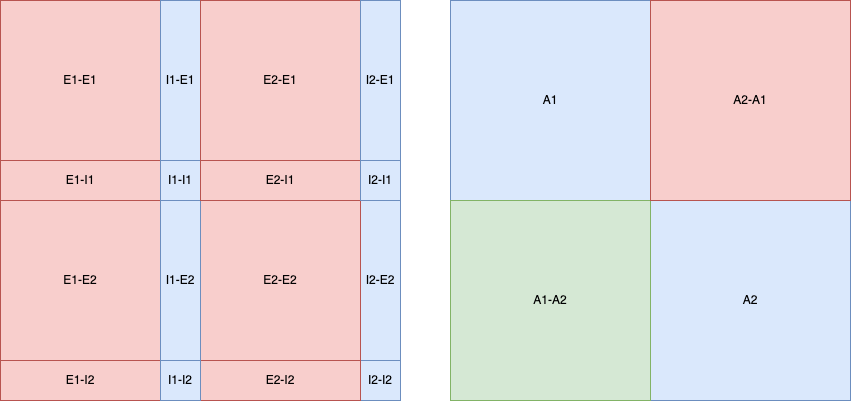
Before: img/Multi_Area_EI.png, a diagram exported from draw.io (NN4Neurosim/nn4n). Source tidied: cells renumbered, new cells last; positions are measured from the earlier drawing's top-left corner, leaving out a move shared by most shapes. Source of this version:
```xml
<mxGraphModel>
  <root>
    <mxCell id="0" />
    <mxCell id="1" parent="0" />
    <mxCell id="2" style="whiteSpace=wrap;html=1;" parent="1" vertex="1">
      <mxGeometry width="400" height="400" as="geometry" />
    </mxCell>
    <mxCell id="3" value="E1-E1" style="whiteSpace=wrap;html=1;fillColor=#f8cecc;strokeColor=#b85450;" parent="1" vertex="1">
      <mxGeometry width="160" height="160" as="geometry" />
    </mxCell>
    <mxCell id="4" value="I2-E2" style="whiteSpace=wrap;html=1;fillColor=#dae8fc;strokeColor=#6c8ebf;" parent="1" vertex="1">
      <mxGeometry x="360" y="200" width="40" height="160" as="geometry" />
    </mxCell>
    <mxCell id="5" value="I1-E1" style="whiteSpace=wrap;html=1;fillColor=#dae8fc;strokeColor=#6c8ebf;" parent="1" vertex="1">
      <mxGeometry x="160" width="40" height="160" as="geometry" />
    </mxCell>
    <mxCell id="6" value="E2-E2" style="whiteSpace=wrap;html=1;fillColor=#f8cecc;strokeColor=#b85450;" parent="1" vertex="1">
      <mxGeometry x="200" y="200" width="160" height="160" as="geometry" />
    </mxCell>
    <mxCell id="7" value="E1-I1" style="whiteSpace=wrap;html=1;fillColor=#f8cecc;strokeColor=#b85450;" parent="1" vertex="1">
      <mxGeometry y="160" width="160" height="40" as="geometry" />
    </mxCell>
    <mxCell id="8" value="I2-I2" style="whiteSpace=wrap;html=1;fillColor=#dae8fc;strokeColor=#6c8ebf;" parent="1" vertex="1">
      <mxGeometry x="360" y="360" width="40" height="40" as="geometry" />
    </mxCell>
    <mxCell id="9" value="E2-I2" style="whiteSpace=wrap;html=1;fillColor=#f8cecc;strokeColor=#b85450;" parent="1" vertex="1">
      <mxGeometry x="200" y="360" width="160" height="40" as="geometry" />
    </mxCell>
    <mxCell id="10" value="I1-I1" style="whiteSpace=wrap;html=1;fillColor=#dae8fc;strokeColor=#6c8ebf;" parent="1" vertex="1">
      <mxGeometry x="160" y="160" width="40" height="40" as="geometry" />
    </mxCell>
    <mxCell id="11" value="E1-E2" style="whiteSpace=wrap;html=1;fillColor=#f8cecc;strokeColor=#b85450;" parent="1" vertex="1">
      <mxGeometry y="200" width="160" height="160" as="geometry" />
    </mxCell>
    <mxCell id="12" value="I1-E2" style="whiteSpace=wrap;html=1;fillColor=#dae8fc;strokeColor=#6c8ebf;" parent="1" vertex="1">
      <mxGeometry x="160" y="200" width="40" height="160" as="geometry" />
    </mxCell>
    <mxCell id="13" value="E1-I2" style="whiteSpace=wrap;html=1;fillColor=#f8cecc;strokeColor=#b85450;" parent="1" vertex="1">
      <mxGeometry y="360" width="160" height="40" as="geometry" />
    </mxCell>
    <mxCell id="14" value="I1-I2" style="whiteSpace=wrap;html=1;fillColor=#dae8fc;strokeColor=#6c8ebf;" parent="1" vertex="1">
      <mxGeometry x="160" y="360" width="40" height="40" as="geometry" />
    </mxCell>
    <mxCell id="15" value="E2-E1" style="whiteSpace=wrap;html=1;fillColor=#f8cecc;strokeColor=#b85450;" parent="1" vertex="1">
      <mxGeometry x="200" width="160" height="160" as="geometry" />
    </mxCell>
    <mxCell id="16" value="I2-E1" style="whiteSpace=wrap;html=1;fillColor=#dae8fc;strokeColor=#6c8ebf;" parent="1" vertex="1">
      <mxGeometry x="360" width="40" height="160" as="geometry" />
    </mxCell>
    <mxCell id="17" value="E2-I1" style="whiteSpace=wrap;html=1;fillColor=#f8cecc;strokeColor=#b85450;" parent="1" vertex="1">
      <mxGeometry x="200" y="160" width="160" height="40" as="geometry" />
    </mxCell>
    <mxCell id="18" value="I2-I1" style="whiteSpace=wrap;html=1;fillColor=#dae8fc;strokeColor=#6c8ebf;" parent="1" vertex="1">
      <mxGeometry x="360" y="160" width="40" height="40" as="geometry" />
    </mxCell>
    <mxCell id="19" style="whiteSpace=wrap;html=1;" parent="1" vertex="1">
      <mxGeometry x="450" width="400" height="400" as="geometry" />
    </mxCell>
    <mxCell id="20" value="A1" style="whiteSpace=wrap;html=1;fillColor=#dae8fc;strokeColor=#6c8ebf;" parent="1" vertex="1">
      <mxGeometry x="450" width="200" height="200" as="geometry" />
    </mxCell>
    <mxCell id="21" value="A2" style="whiteSpace=wrap;html=1;fillColor=#dae8fc;strokeColor=#6c8ebf;" parent="1" vertex="1">
      <mxGeometry x="650" y="200" width="200" height="200" as="geometry" />
    </mxCell>
    <mxCell id="22" value="A1-A2" style="whiteSpace=wrap;html=1;fillColor=#d5e8d4;strokeColor=#82b366;" parent="1" vertex="1">
      <mxGeometry x="450" y="200" width="200" height="200" as="geometry" />
    </mxCell>
    <mxCell id="23" value="A2-A1" style="whiteSpace=wrap;html=1;fillColor=#f8cecc;strokeColor=#b85450;" parent="1" vertex="1">
      <mxGeometry x="650" width="200" height="200" as="geometry" />
    </mxCell>
  </root>
</mxGraphModel>
```
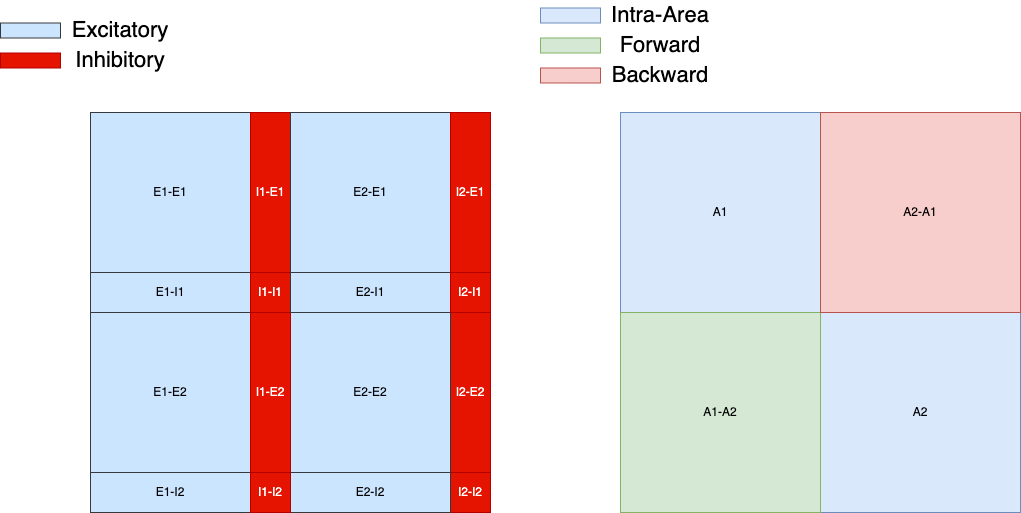
After the change.

Change to the diagram source:
```diff
@@ -5,68 +5,98 @@
     <mxCell id="2" style="whiteSpace=wrap;html=1;" parent="1" vertex="1">
       <mxGeometry width="400" height="400" as="geometry" />
     </mxCell>
-    <mxCell id="3" value="E1-E1" style="whiteSpace=wrap;html=1;fillColor=#f8cecc;strokeColor=#b85450;" parent="1" vertex="1">
+    <mxCell id="3" value="E1-E1" style="whiteSpace=wrap;html=1;fillColor=#cce5ff;strokeColor=#36393d;" parent="1" vertex="1">
       <mxGeometry width="160" height="160" as="geometry" />
     </mxCell>
-    <mxCell id="4" value="I2-E2" style="whiteSpace=wrap;html=1;fillColor=#dae8fc;strokeColor=#6c8ebf;" parent="1" vertex="1">
+    <mxCell id="4" value="I2-E2" style="whiteSpace=wrap;html=1;fillColor=#e51400;strokeColor=#B20000;fontColor=#ffffff;" parent="1" vertex="1">
       <mxGeometry x="360" y="200" width="40" height="160" as="geometry" />
     </mxCell>
-    <mxCell id="5" value="I1-E1" style="whiteSpace=wrap;html=1;fillColor=#dae8fc;strokeColor=#6c8ebf;" parent="1" vertex="1">
+    <mxCell id="5" value="I1-E1" style="whiteSpace=wrap;html=1;fillColor=#e51400;strokeColor=#B20000;fontColor=#ffffff;" parent="1" vertex="1">
       <mxGeometry x="160" width="40" height="160" as="geometry" />
     </mxCell>
-    <mxCell id="6" value="E2-E2" style="whiteSpace=wrap;html=1;fillColor=#f8cecc;strokeColor=#b85450;" parent="1" vertex="1">
+    <mxCell id="6" value="E2-E2" style="whiteSpace=wrap;html=1;fillColor=#cce5ff;strokeColor=#36393d;" parent="1" vertex="1">
       <mxGeometry x="200" y="200" width="160" height="160" as="geometry" />
     </mxCell>
-    <mxCell id="7" value="E1-I1" style="whiteSpace=wrap;html=1;fillColor=#f8cecc;strokeColor=#b85450;" parent="1" vertex="1">
+    <mxCell id="7" value="E1-I1" style="whiteSpace=wrap;html=1;fillColor=#cce5ff;strokeColor=#36393d;" parent="1" vertex="1">
       <mxGeometry y="160" width="160" height="40" as="geometry" />
     </mxCell>
-    <mxCell id="8" value="I2-I2" style="whiteSpace=wrap;html=1;fillColor=#dae8fc;strokeColor=#6c8ebf;" parent="1" vertex="1">
+    <mxCell id="8" value="I2-I2" style="whiteSpace=wrap;html=1;fillColor=#e51400;strokeColor=#B20000;fontColor=#ffffff;" parent="1" vertex="1">
       <mxGeometry x="360" y="360" width="40" height="40" as="geometry" />
     </mxCell>
-    <mxCell id="9" value="E2-I2" style="whiteSpace=wrap;html=1;fillColor=#f8cecc;strokeColor=#b85450;" parent="1" vertex="1">
+    <mxCell id="9" value="E2-I2" style="whiteSpace=wrap;html=1;fillColor=#cce5ff;strokeColor=#36393d;" parent="1" vertex="1">
       <mxGeometry x="200" y="360" width="160" height="40" as="geometry" />
     </mxCell>
-    <mxCell id="10" value="I1-I1" style="whiteSpace=wrap;html=1;fillColor=#dae8fc;strokeColor=#6c8ebf;" parent="1" vertex="1">
+    <mxCell id="10" value="I1-I1" style="whiteSpace=wrap;html=1;fillColor=#e51400;strokeColor=#B20000;fontColor=#ffffff;" parent="1" vertex="1">
       <mxGeometry x="160" y="160" width="40" height="40" as="geometry" />
     </mxCell>
-    <mxCell id="11" value="E1-E2" style="whiteSpace=wrap;html=1;fillColor=#f8cecc;strokeColor=#b85450;" parent="1" vertex="1">
+    <mxCell id="11" value="E1-E2" style="whiteSpace=wrap;html=1;fillColor=#cce5ff;strokeColor=#36393d;" parent="1" vertex="1">
       <mxGeometry y="200" width="160" height="160" as="geometry" />
     </mxCell>
-    <mxCell id="12" value="I1-E2" style="whiteSpace=wrap;html=1;fillColor=#dae8fc;strokeColor=#6c8ebf;" parent="1" vertex="1">
+    <mxCell id="12" value="I1-E2" style="whiteSpace=wrap;html=1;fillColor=#e51400;strokeColor=#B20000;fontColor=#ffffff;" parent="1" vertex="1">
       <mxGeometry x="160" y="200" width="40" height="160" as="geometry" />
     </mxCell>
-    <mxCell id="13" value="E1-I2" style="whiteSpace=wrap;html=1;fillColor=#f8cecc;strokeColor=#b85450;" parent="1" vertex="1">
+    <mxCell id="13" value="E1-I2" style="whiteSpace=wrap;html=1;fillColor=#cce5ff;strokeColor=#36393d;" parent="1" vertex="1">
       <mxGeometry y="360" width="160" height="40" as="geometry" />
     </mxCell>
-    <mxCell id="14" value="I1-I2" style="whiteSpace=wrap;html=1;fillColor=#dae8fc;strokeColor=#6c8ebf;" parent="1" vertex="1">
+    <mxCell id="14" value="I1-I2" style="whiteSpace=wrap;html=1;fillColor=#e51400;strokeColor=#B20000;fontColor=#ffffff;" parent="1" vertex="1">
       <mxGeometry x="160" y="360" width="40" height="40" as="geometry" />
     </mxCell>
-    <mxCell id="15" value="E2-E1" style="whiteSpace=wrap;html=1;fillColor=#f8cecc;strokeColor=#b85450;" parent="1" vertex="1">
+    <mxCell id="15" value="E2-E1" style="whiteSpace=wrap;html=1;fillColor=#cce5ff;strokeColor=#36393d;" parent="1" vertex="1">
       <mxGeometry x="200" width="160" height="160" as="geometry" />
     </mxCell>
-    <mxCell id="16" value="I2-E1" style="whiteSpace=wrap;html=1;fillColor=#dae8fc;strokeColor=#6c8ebf;" parent="1" vertex="1">
+    <mxCell id="16" value="I2-E1" style="whiteSpace=wrap;html=1;fillColor=#e51400;strokeColor=#B20000;fontColor=#ffffff;" parent="1" vertex="1">
       <mxGeometry x="360" width="40" height="160" as="geometry" />
     </mxCell>
-    <mxCell id="17" value="E2-I1" style="whiteSpace=wrap;html=1;fillColor=#f8cecc;strokeColor=#b85450;" parent="1" vertex="1">
+    <mxCell id="17" value="E2-I1" style="whiteSpace=wrap;html=1;fillColor=#cce5ff;strokeColor=#36393d;" parent="1" vertex="1">
       <mxGeometry x="200" y="160" width="160" height="40" as="geometry" />
     </mxCell>
-    <mxCell id="18" value="I2-I1" style="whiteSpace=wrap;html=1;fillColor=#dae8fc;strokeColor=#6c8ebf;" parent="1" vertex="1">
+    <mxCell id="18" value="I2-I1" style="whiteSpace=wrap;html=1;fillColor=#e51400;strokeColor=#B20000;fontColor=#ffffff;" parent="1" vertex="1">
       <mxGeometry x="360" y="160" width="40" height="40" as="geometry" />
     </mxCell>
     <mxCell id="19" style="whiteSpace=wrap;html=1;" parent="1" vertex="1">
-      <mxGeometry x="450" width="400" height="400" as="geometry" />
+      <mxGeometry x="530" width="400" height="400" as="geometry" />
     </mxCell>
     <mxCell id="20" value="A1" style="whiteSpace=wrap;html=1;fillColor=#dae8fc;strokeColor=#6c8ebf;" parent="1" vertex="1">
-      <mxGeometry x="450" width="200" height="200" as="geometry" />
+      <mxGeometry x="530" width="200" height="200" as="geometry" />
     </mxCell>
     <mxCell id="21" value="A2" style="whiteSpace=wrap;html=1;fillColor=#dae8fc;strokeColor=#6c8ebf;" parent="1" vertex="1">
-      <mxGeometry x="650" y="200" width="200" height="200" as="geometry" />
+      <mxGeometry x="730" y="200" width="200" height="200" as="geometry" />
     </mxCell>
     <mxCell id="22" value="A1-A2" style="whiteSpace=wrap;html=1;fillColor=#d5e8d4;strokeColor=#82b366;" parent="1" vertex="1">
-      <mxGeometry x="450" y="200" width="200" height="200" as="geometry" />
+      <mxGeometry x="530" y="200" width="200" height="200" as="geometry" />
     </mxCell>
     <mxCell id="23" value="A2-A1" style="whiteSpace=wrap;html=1;fillColor=#f8cecc;strokeColor=#b85450;" parent="1" vertex="1">
-      <mxGeometry x="650" width="200" height="200" as="geometry" />
+      <mxGeometry x="730" width="200" height="200" as="geometry" />
     </mxCell>
+    <mxCell id="24" style="rounded=0;whiteSpace=wrap;html=1;fillColor=#cce5ff;strokeColor=#36393d;fontSize=22;" parent="1" vertex="1">
+      <mxGeometry x="-90" y="-89.5" width="60" height="15" as="geometry" />
+    </mxCell>
+    <mxCell id="25" value="Inhibitory" style="text;html=1;strokeColor=none;fillColor=none;align=center;verticalAlign=middle;whiteSpace=wrap;rounded=0;fontSize=22;" parent="1" vertex="1">
+      <mxGeometry y="-67" width="60" height="30" as="geometry" />
+    </mxCell>
+    <mxCell id="26" style="rounded=0;whiteSpace=wrap;html=1;fillColor=#e51400;fontColor=#ffffff;strokeColor=#B20000;fontSize=22;" parent="1" vertex="1">
+      <mxGeometry x="-90" y="-59.5" width="60" height="15" as="geometry" />
+    </mxCell>
+    <mxCell id="27" value="Excitatory" style="text;html=1;strokeColor=none;fillColor=none;align=center;verticalAlign=middle;whiteSpace=wrap;rounded=0;fontSize=22;" parent="1" vertex="1">
+      <mxGeometry y="-97" width="60" height="30" as="geometry" />
+    </mxCell>
+    <mxCell id="28" style="rounded=0;whiteSpace=wrap;html=1;fillColor=#dae8fc;strokeColor=#6c8ebf;fontSize=22;" parent="1" vertex="1">
+      <mxGeometry x="450" y="-104.5" width="60" height="15" as="geometry" />
+    </mxCell>
+    <mxCell id="29" value="Intra-Area" style="text;html=1;strokeColor=none;fillColor=none;align=center;verticalAlign=middle;whiteSpace=wrap;rounded=0;fontSize=22;" parent="1" vertex="1">
+      <mxGeometry x="515" y="-112" width="110" height="30" as="geometry" />
+    </mxCell>
+    <mxCell id="30" style="rounded=0;whiteSpace=wrap;html=1;fillColor=#d5e8d4;strokeColor=#82b366;fontSize=22;" parent="1" vertex="1">
+      <mxGeometry x="450" y="-74.5" width="60" height="15" as="geometry" />
+    </mxCell>
+    <mxCell id="31" style="rounded=0;whiteSpace=wrap;html=1;fillColor=#f8cecc;strokeColor=#b85450;fontSize=22;" parent="1" vertex="1">
+      <mxGeometry x="450" y="-44.5" width="60" height="15" as="geometry" />
+    </mxCell>
+    <mxCell id="32" value="Forward" style="text;html=1;strokeColor=none;fillColor=none;align=center;verticalAlign=middle;whiteSpace=wrap;rounded=0;fontSize=22;" parent="1" vertex="1">
+      <mxGeometry x="515" y="-82" width="110" height="30" as="geometry" />
+    </mxCell>
+    <mxCell id="33" value="Backward" style="text;html=1;strokeColor=none;fillColor=none;align=center;verticalAlign=middle;whiteSpace=wrap;rounded=0;fontSize=22;" parent="1" vertex="1">
+      <mxGeometry x="515" y="-52" width="110" height="30" as="geometry" />
+    </mxCell>
   </root>
 </mxGraphModel>
```
